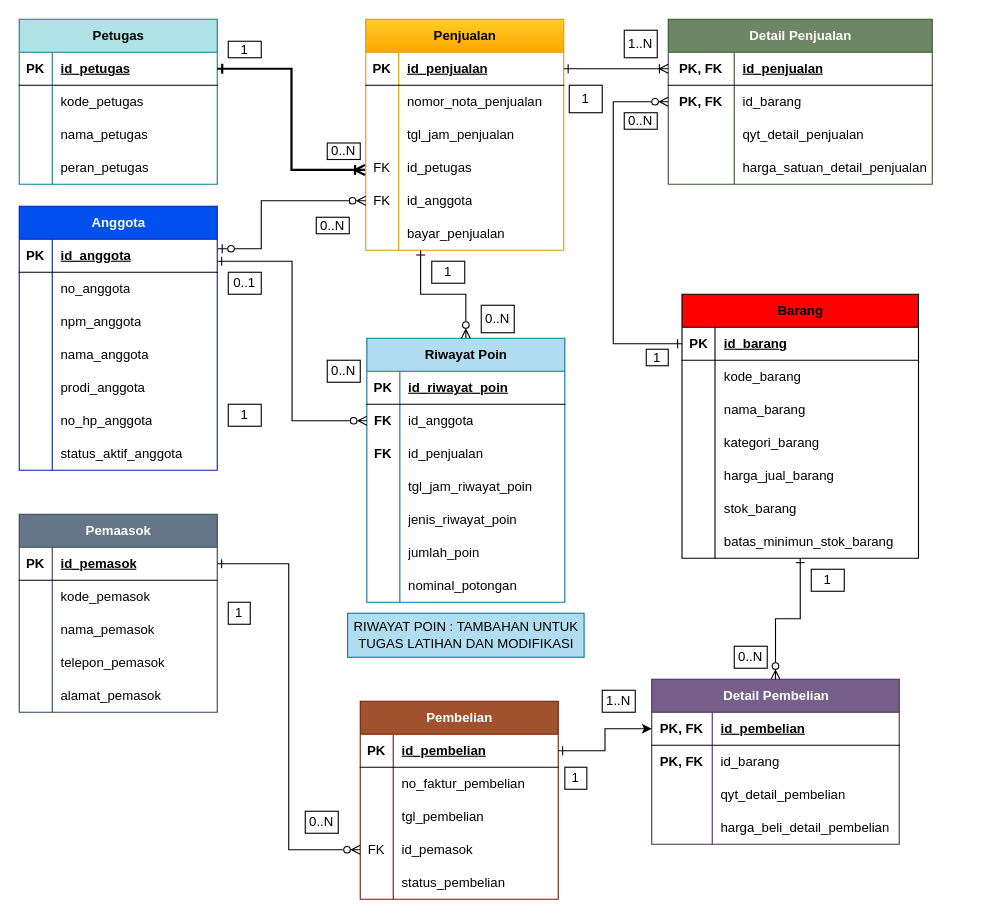
mufidfalihhuda-afk/basisdata--25430106- keeps this draw.io diagram as p03_erd_kopma_25430106.drawio. Above is the earlier version. Source tidied: cells renumbered, new cells numbered last; positions are measured from the earlier drawing's top-left corner, leaving out a move shared by most shapes. Both pictures are drawn from the tidied source at 110%, with x=0, y=0 at pixel (19, 19).
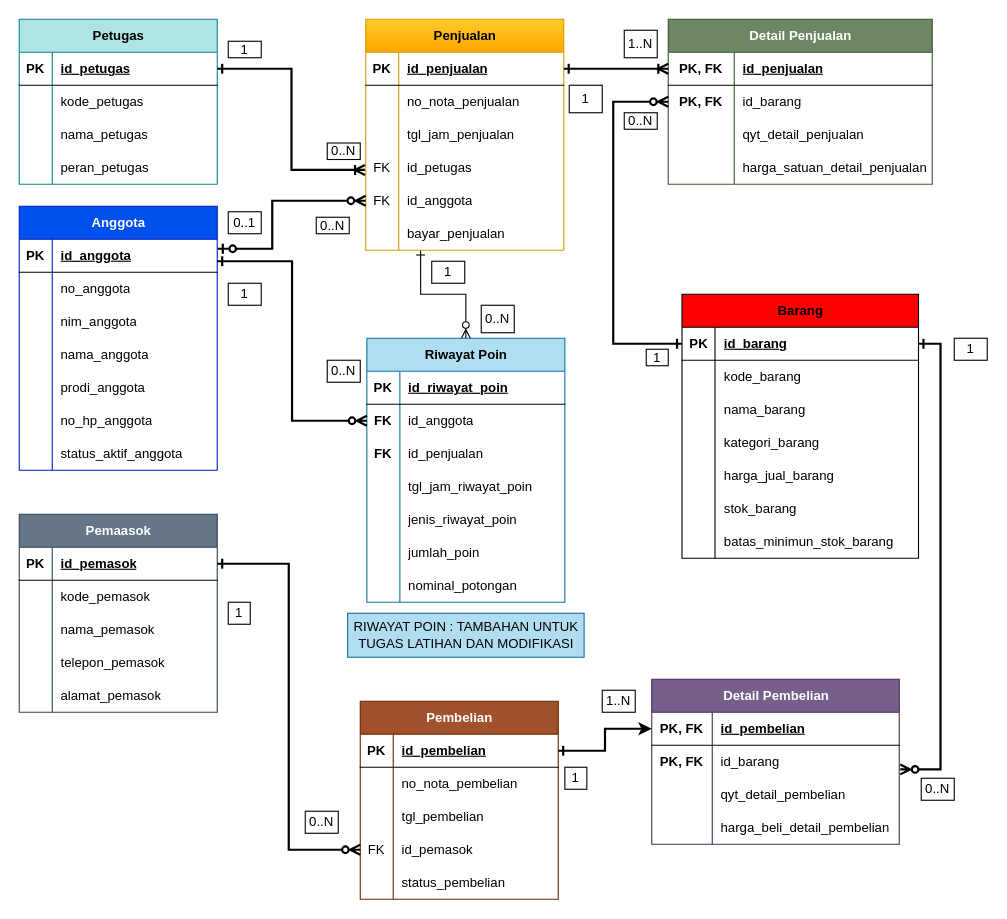
The same diagram, later.

Commit message:
(fixed) update ERD kopma

Unchanged cells that the change refers to:
```xml
<mxCell id="3" style="shape=tableRow;horizontal=0;startSize=0;swimlaneHead=0;swimlaneBody=0;fillColor=none;points=[[0,0.5],[1,0.5]];portConstraint=eastwest;top=0;left=0;right=0;bottom=1;" parent="2" vertex="1">
  <mxGeometry y="30" width="180" height="30" as="geometry" />
</mxCell>
<mxCell id="9" style="shape=tableRow;horizontal=0;startSize=0;swimlaneHead=0;swimlaneBody=0;fillColor=none;top=0;left=0;right=0;bottom=0;" parent="2" vertex="1">
  <mxGeometry y="90" width="180" height="30" as="geometry" />
</mxCell>
<mxCell id="25" style="shape=tableRow;horizontal=0;startSize=0;swimlaneHead=0;swimlaneBody=0;fillColor=none;points=[[0,0.5],[1,0.5]];portConstraint=eastwest;top=0;left=0;right=0;bottom=1;" parent="24" vertex="1">
  <mxGeometry y="30" width="215" height="30" as="geometry" />
</mxCell>
<mxCell id="43" style="shape=tableRow;horizontal=0;startSize=0;swimlaneHead=0;swimlaneBody=0;fillColor=none;points=[[0,0.5],[1,0.5]];portConstraint=eastwest;top=0;left=0;right=0;bottom=0;" parent="24" vertex="1">
  <mxGeometry y="210" width="215" height="30" as="geometry" />
</mxCell>
<mxCell id="47" style="shape=tableRow;horizontal=0;startSize=0;swimlaneHead=0;swimlaneBody=0;fillColor=none;points=[[0,0.5],[1,0.5]];portConstraint=eastwest;top=0;left=0;right=0;bottom=1;" parent="46" vertex="1">
  <mxGeometry y="30" width="180" height="30" as="geometry" />
</mxCell>
<mxCell id="50" style="shape=tableRow;horizontal=0;startSize=0;swimlaneHead=0;swimlaneBody=0;fillColor=none;top=0;left=0;right=0;bottom=0;" parent="46" vertex="1">
  <mxGeometry y="60" width="180" height="30" as="geometry" />
</mxCell>
<mxCell id="59" style="shape=tableRow;horizontal=0;startSize=0;swimlaneHead=0;swimlaneBody=0;fillColor=none;points=[[0,0.5],[1,0.5]];portConstraint=eastwest;top=0;left=0;right=0;bottom=0;" parent="46" vertex="1">
  <mxGeometry y="150" width="180" height="30" as="geometry" />
</mxCell>
<mxCell id="66" style="shape=tableRow;horizontal=0;startSize=0;swimlaneHead=0;swimlaneBody=0;fillColor=none;points=[[0,0.5],[1,0.5]];portConstraint=eastwest;top=0;left=0;right=0;bottom=1;" parent="65" vertex="1">
  <mxGeometry y="30" width="180" height="30" as="geometry" />
</mxCell>
<mxCell id="95" style="shape=tableRow;horizontal=0;startSize=0;swimlaneHead=0;swimlaneBody=0;fillColor=none;points=[[0,0.5],[1,0.5]];portConstraint=eastwest;top=0;left=0;right=0;bottom=1;" parent="94" vertex="1">
  <mxGeometry y="30" width="240" height="30" as="geometry" />
</mxCell>
<mxCell id="98" style="shape=tableRow;horizontal=0;startSize=0;swimlaneHead=0;swimlaneBody=0;fillColor=none;points=[[0,0.5],[1,0.5]];portConstraint=eastwest;top=0;left=0;right=0;bottom=0;" parent="94" vertex="1">
  <mxGeometry y="60" width="240" height="30" as="geometry" />
</mxCell>
<mxCell id="108" style="shape=tableRow;horizontal=0;startSize=0;swimlaneHead=0;swimlaneBody=0;fillColor=none;points=[[0,0.5],[1,0.5]];portConstraint=eastwest;top=0;left=0;right=0;bottom=1;" parent="107" vertex="1">
  <mxGeometry y="30" width="180" height="30" as="geometry" />
</mxCell>
<mxCell id="111" style="shape=tableRow;horizontal=0;startSize=0;swimlaneHead=0;swimlaneBody=0;fillColor=none;top=0;left=0;right=0;bottom=0;" parent="107" vertex="1">
  <mxGeometry y="60" width="180" height="30" as="geometry" />
</mxCell>
<mxCell id="117" style="shape=tableRow;horizontal=0;startSize=0;swimlaneHead=0;swimlaneBody=0;fillColor=none;points=[[0,0.5],[1,0.5]];portConstraint=eastwest;top=0;left=0;right=0;bottom=0;" parent="107" vertex="1">
  <mxGeometry y="120" width="180" height="30" as="geometry" />
</mxCell>
<mxCell id="123" value="Detail Pembelian" style="shape=table;startSize=30;childLayout=tableLayout;rowLines=0;fontStyle=1;align=center;html=1;fillColor=#76608a;fontColor=#ffffff;strokeColor=#432D57;" parent="1" vertex="1">
  <mxGeometry x="575" y="600" width="225" height="150" as="geometry" />
</mxCell>
<mxCell id="124" style="shape=tableRow;horizontal=0;startSize=0;swimlaneHead=0;swimlaneBody=0;fillColor=none;points=[[0,0.5],[1,0.5]];portConstraint=eastwest;top=0;left=0;right=0;bottom=1;" parent="123" vertex="1">
  <mxGeometry y="30" width="225" height="30" as="geometry" />
</mxCell>
<mxCell id="127" style="shape=tableRow;horizontal=0;startSize=0;swimlaneHead=0;swimlaneBody=0;fillColor=none;points=[[0,0.5],[1,0.5]];portConstraint=eastwest;top=0;left=0;right=0;bottom=0;" parent="123" vertex="1">
  <mxGeometry y="60" width="225" height="30" as="geometry" />
</mxCell>
<mxCell id="156" style="shape=tableRow;horizontal=0;startSize=0;swimlaneHead=0;swimlaneBody=0;fillColor=none;points=[[0,0.5],[1,0.5]];portConstraint=eastwest;top=0;left=0;right=0;bottom=0;" parent="152" vertex="1">
  <mxGeometry y="60" width="180" height="30" as="geometry" />
</mxCell>
```

Change to the diagram source:
```diff
@@
-    <mxCell id="11" value="npm_anggota" style="shape=partialRectangle;fillColor=none;top=0;left=0;bottom=0;right=0;align=left;spacingLeft=6;overflow=hidden;whiteSpace=wrap;html=1;" parent="9" vertex="1">
+    <mxCell id="11" value="nim_anggota" style="shape=partialRectangle;fillColor=none;top=0;left=0;bottom=0;right=0;align=left;spacingLeft=6;overflow=hidden;whiteSpace=wrap;html=1;" parent="9" vertex="1">
       <mxGeometry x="30" width="150" height="30" as="geometry" />
     </mxCell>
@@
-    <mxCell id="52" value="nomor_nota_penjualan" style="shape=partialRectangle;fillColor=none;top=0;left=0;bottom=0;right=0;align=left;spacingLeft=6;overflow=hidden;whiteSpace=wrap;html=1;" parent="50" vertex="1">
+    <mxCell id="52" value="no_nota_penjualan" style="shape=partialRectangle;fillColor=none;top=0;left=0;bottom=0;right=0;align=left;spacingLeft=6;overflow=hidden;whiteSpace=wrap;html=1;" parent="50" vertex="1">
       <mxGeometry x="30" width="150" height="30" as="geometry" />
     </mxCell>
@@
-    <mxCell id="113" value="no_faktur_pembelian" style="shape=partialRectangle;fillColor=none;top=0;left=0;bottom=0;right=0;align=left;spacingLeft=6;overflow=hidden;whiteSpace=wrap;html=1;" parent="111" vertex="1">
+    <mxCell id="113" value="no_nota_pembelian" style="shape=partialRectangle;fillColor=none;top=0;left=0;bottom=0;right=0;align=left;spacingLeft=6;overflow=hidden;whiteSpace=wrap;html=1;" parent="111" vertex="1">
       <mxGeometry x="30" width="150" height="30" as="geometry" />
     </mxCell>
@@
-    <mxCell id="137" style="edgeStyle=orthogonalEdgeStyle;rounded=0;jettySize=auto;html=1;exitX=1.003;exitY=0.288;exitDx=0;exitDy=0;startArrow=ERzeroToOne;startFill=0;exitPerimeter=0;entryX=0;entryY=0.5;entryDx=0;entryDy=0;endArrow=ERzeroToMany;endFill=0;" parent="1" edge="1" source="3" target="59">
+    <mxCell id="137" style="edgeStyle=orthogonalEdgeStyle;rounded=0;jettySize=auto;html=1;exitX=1.003;exitY=0.288;exitDx=0;exitDy=0;startArrow=ERzeroToOne;startFill=0;exitPerimeter=0;entryX=0;entryY=0.5;entryDx=0;entryDy=0;endArrow=ERzeroToMany;endFill=0;strokeWidth=2;" parent="1" edge="1" source="3" target="59">
       <mxGeometry x="-0.36" relative="1" as="geometry">
         <Array as="points">
-          <mxPoint x="220" y="208.6" />
-          <mxPoint x="220" y="165" />
+          <mxPoint x="230" y="208.6" />
+          <mxPoint x="230" y="165" />
         </Array>
       </mxGeometry>
     </mxCell>
-    <mxCell id="138" style="edgeStyle=orthogonalEdgeStyle;rounded=0;jettySize=auto;html=1;exitX=1;exitY=0.5;exitDx=0;exitDy=0;startArrow=ERone;startFill=0;endArrow=ERoneToMany;endFill=0;" parent="1" edge="1" source="47" target="95">
+    <mxCell id="138" style="edgeStyle=orthogonalEdgeStyle;rounded=0;jettySize=auto;html=1;exitX=1;exitY=0.5;exitDx=0;exitDy=0;startArrow=ERone;startFill=0;endArrow=ERoneToMany;endFill=0;strokeWidth=2;" parent="1" edge="1" source="47" target="95">
       <mxGeometry relative="1" as="geometry" />
     </mxCell>
@@
-    <mxCell id="143" style="edgeStyle=orthogonalEdgeStyle;rounded=0;jettySize=auto;html=1;exitX=1;exitY=0.5;exitDx=0;exitDy=0;entryX=0;entryY=0.5;entryDx=0;entryDy=0;startArrow=ERone;startFill=0;endArrow=ERzeroToMany;endFill=0;" parent="1" edge="1" source="66" target="117">
+    <mxCell id="143" style="edgeStyle=orthogonalEdgeStyle;rounded=0;jettySize=auto;html=1;exitX=1;exitY=0.5;exitDx=0;exitDy=0;entryX=0;entryY=0.5;entryDx=0;entryDy=0;startArrow=ERone;startFill=0;endArrow=ERzeroToMany;endFill=0;strokeWidth=2;" parent="1" edge="1" source="66" target="117">
       <mxGeometry x="0.08" relative="1" as="geometry" />
     </mxCell>
@@
     <mxCell id="148" value="1" style="whiteSpace=wrap;html=1;" parent="1" vertex="1">
-      <mxGeometry x="720" y="500" width="30" height="20" as="geometry" />
+      <mxGeometry x="850" y="290" width="30" height="20" as="geometry" />
     </mxCell>
     <mxCell id="149" value="0..N" style="whiteSpace=wrap;html=1;" parent="1" vertex="1">
-      <mxGeometry x="650" y="570" width="30" height="20" as="geometry" />
+      <mxGeometry x="820" y="690" width="30" height="20" as="geometry" />
     </mxCell>
@@
-    <mxCell id="174" style="edgeStyle=orthogonalEdgeStyle;rounded=0;jettySize=auto;html=1;exitX=1;exitY=0.5;exitDx=0;exitDy=0;entryX=0;entryY=0.5;entryDx=0;entryDy=0;startArrow=ERone;startFill=0;" parent="1" edge="1" source="108" target="124">
+    <mxCell id="174" style="edgeStyle=orthogonalEdgeStyle;rounded=0;jettySize=auto;html=1;exitX=1;exitY=0.5;exitDx=0;exitDy=0;entryX=0;entryY=0.5;entryDx=0;entryDy=0;startArrow=ERone;startFill=0;strokeWidth=2;" parent="1" edge="1" source="108" target="124">
       <mxGeometry x="0.07" relative="1" as="geometry" />
     </mxCell>
-    <mxCell id="175" style="edgeStyle=orthogonalEdgeStyle;rounded=0;jettySize=auto;html=1;exitX=1;exitY=0.667;exitDx=0;exitDy=0;entryX=0;entryY=0.5;entryDx=0;entryDy=0;startArrow=ERone;startFill=0;endArrow=ERzeroToMany;endFill=0;exitPerimeter=0;" parent="1" edge="1" source="3" target="156">
+    <mxCell id="175" style="edgeStyle=orthogonalEdgeStyle;rounded=0;jettySize=auto;html=1;exitX=1;exitY=0.667;exitDx=0;exitDy=0;entryX=0;entryY=0.5;entryDx=0;entryDy=0;startArrow=ERone;startFill=0;endArrow=ERzeroToMany;endFill=0;exitPerimeter=0;strokeWidth=2;" parent="1" edge="1" source="3" target="156">
       <mxGeometry x="0.31" relative="1" as="geometry" />
     </mxCell>
@@
     <mxCell id="177" value="1" style="whiteSpace=wrap;html=1;" parent="1" vertex="1">
-      <mxGeometry x="190" y="350" width="30" height="20" as="geometry" />
+      <mxGeometry x="190" y="240" width="30" height="20" as="geometry" />
     </mxCell>
@@
-    <mxCell id="182" style="edgeStyle=orthogonalEdgeStyle;rounded=0;jettySize=auto;html=1;exitX=0.5;exitY=0;exitDx=0;exitDy=0;entryX=0.5;entryY=1;entryDx=0;entryDy=0;entryPerimeter=0;startArrow=ERzeroToMany;startFill=0;endArrow=ERone;endFill=0;" parent="1" edge="1" source="123" target="43">
-      <mxGeometry relative="1" as="geometry" />
-    </mxCell>
     <mxCell id="183" value="0..1" style="whiteSpace=wrap;html=1;" parent="1" vertex="1">
-      <mxGeometry x="190" y="230" width="30" height="20" as="geometry" />
+      <mxGeometry x="190" y="175" width="30" height="20" as="geometry" />
     </mxCell>
@@
-    <mxCell id="185" style="edgeStyle=orthogonalEdgeStyle;rounded=0;jettySize=auto;html=1;exitX=0;exitY=0.5;exitDx=0;exitDy=0;entryX=0;entryY=0.5;entryDx=0;entryDy=0;endArrow=ERzeroToMany;endFill=0;startArrow=ERone;startFill=0;" parent="1" edge="1" source="25" target="98">
+    <mxCell id="185" style="edgeStyle=orthogonalEdgeStyle;rounded=0;jettySize=auto;html=1;exitX=0;exitY=0.5;exitDx=0;exitDy=0;entryX=0;entryY=0.5;entryDx=0;entryDy=0;endArrow=ERzeroToMany;endFill=0;startArrow=ERone;startFill=0;strokeWidth=2;" parent="1" edge="1" source="25" target="98">
       <mxGeometry x="-0.01" relative="1" as="geometry">
         <Array as="points">
           <mxPoint x="540" y="295" />
           <mxPoint x="540" y="75" />
         </Array>
       </mxGeometry>
     </mxCell>
+    <mxCell id="186" style="edgeStyle=orthogonalEdgeStyle;rounded=0;jettySize=auto;html=1;exitX=1;exitY=0.5;exitDx=0;exitDy=0;entryX=1.004;entryY=0.733;entryDx=0;entryDy=0;entryPerimeter=0;defaultLabelBackgroundColor=gap;endArrow=ERzeroToMany;endFill=0;strokeWidth=2;startArrow=ERone;startFill=0;" parent="1" edge="1" source="25" target="127">
+      <mxGeometry relative="1" as="geometry" />
+    </mxCell>
```
